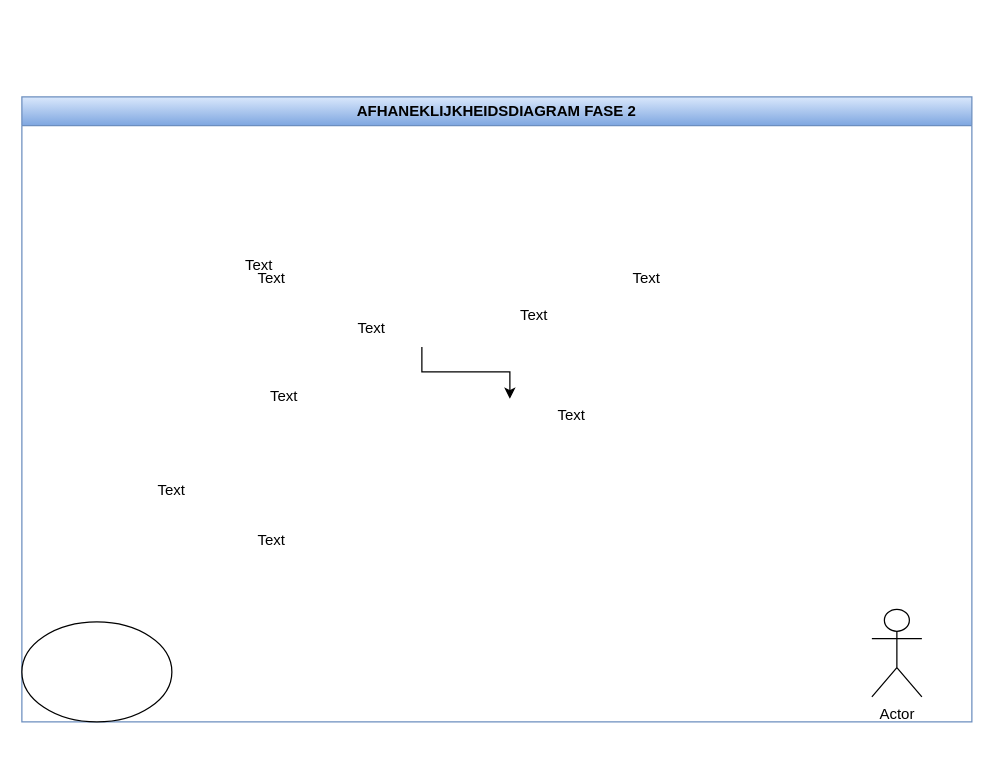
Above: page "Pagina-1" (1 of 2) of Diagram zonder titel.drawio in RuneSerruys/RuneSerruys (draw.io), before the change. Source tidied: cells renumbered, new cells numbered last; positions are measured from the earlier drawing's top-left corner, leaving out a move shared by most shapes. Both pictures are drawn from the tidied source at 125%, with x=0, y=0 at pixel (21, 96).
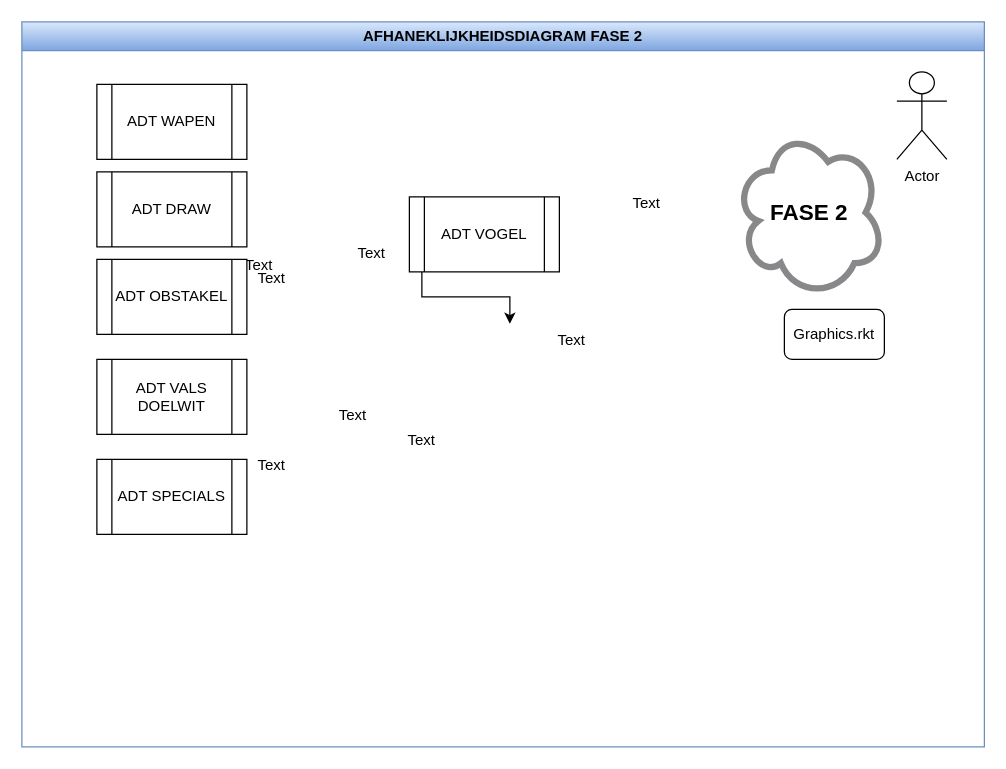
The same diagram, later.

What changed in the source:
```diff
@@
     <mxCell id="2" value="AFHANEKLIJKHEIDSDIAGRAM FASE 2" style="swimlane;whiteSpace=wrap;html=1;fillColor=#dae8fc;strokeColor=#6c8ebf;gradientColor=#7ea6e0;" parent="1" vertex="1">
-      <mxGeometry width="760" height="500" as="geometry" />
+      <mxGeometry y="-60" width="770" height="580" as="geometry" />
     </mxCell>
@@
     <mxCell id="7" value="Text" style="text;html=1;strokeColor=none;fillColor=none;align=center;verticalAlign=middle;whiteSpace=wrap;rounded=0;" parent="2" vertex="1">
-      <mxGeometry x="40" y="300" width="160" height="30" as="geometry" />
+      <mxGeometry x="240" y="320" width="160" height="30" as="geometry" />
     </mxCell>
@@
     <mxCell id="10" value="Actor" style="shape=umlActor;verticalLabelPosition=bottom;verticalAlign=top;html=1;" parent="2" vertex="1">
-      <mxGeometry x="680" y="410" width="40" height="70" as="geometry" />
+      <mxGeometry x="700" y="40" width="40" height="70" as="geometry" />
     </mxCell>
-    <mxCell id="11" style="ellipse;whiteSpace=wrap;html=1;fontSize=16;" parent="2" vertex="1">
-      <mxGeometry y="420" width="120" height="80" as="geometry" />
-    </mxCell>
+    <mxCell id="15" value="ADT WAPEN" style="shape=process;whiteSpace=wrap;html=1;backgroundOutline=1;" parent="2" vertex="1">
+      <mxGeometry x="60" y="50" width="120" height="60" as="geometry" />
+    </mxCell>
+    <mxCell id="16" value="ADT DRAW" style="shape=process;whiteSpace=wrap;html=1;backgroundOutline=1;" parent="2" vertex="1">
+      <mxGeometry x="60" y="120" width="120" height="60" as="geometry" />
+    </mxCell>
+    <mxCell id="17" value="Graphics.rkt" style="rounded=1;whiteSpace=wrap;html=1;" parent="2" vertex="1">
+      <mxGeometry x="610" y="230" width="80" height="40" as="geometry" />
+    </mxCell>
+    <mxCell id="14" value="Text" style="text;html=1;strokeColor=none;fillColor=none;align=center;verticalAlign=middle;whiteSpace=wrap;rounded=0;" parent="2" vertex="1">
+      <mxGeometry x="230" y="290" width="70" height="50" as="geometry" />
+    </mxCell>
+    <mxCell id="18" value="ADT VALS DOELWIT" style="shape=process;whiteSpace=wrap;html=1;backgroundOutline=1;" parent="2" vertex="1">
+      <mxGeometry x="60" y="270" width="120" height="60" as="geometry" />
+    </mxCell>
+    <mxCell id="19" value="ADT SPECIALS" style="shape=process;whiteSpace=wrap;html=1;backgroundOutline=1;" parent="2" vertex="1">
+      <mxGeometry x="60" y="350" width="120" height="60" as="geometry" />
+    </mxCell>
+    <mxCell id="20" value="&lt;h2&gt;FASE 2&lt;/h2&gt;" style="ellipse;shape=cloud;whiteSpace=wrap;html=1;opacity=50;strokeWidth=5;strokeColor=#131316;gradientColor=none;fillColor=none;" parent="2" vertex="1">
+      <mxGeometry x="570" y="85" width="120" height="135" as="geometry" />
+    </mxCell>
@@
-    <mxCell id="14" value="Text" style="text;html=1;strokeColor=none;fillColor=none;align=center;verticalAlign=middle;whiteSpace=wrap;rounded=0;" parent="1" vertex="1">
-      <mxGeometry x="130" y="200" width="160" height="80" as="geometry" />
-    </mxCell>
+    <mxCell id="21" value="ADT VOGEL" style="shape=process;whiteSpace=wrap;html=1;backgroundOutline=1;" parent="1" vertex="1">
+      <mxGeometry x="310" y="80" width="120" height="60" as="geometry" />
+    </mxCell>
+    <mxCell id="22" value="ADT OBSTAKEL" style="shape=process;whiteSpace=wrap;html=1;backgroundOutline=1;" parent="1" vertex="1">
+      <mxGeometry x="60" y="130" width="120" height="60" as="geometry" />
+    </mxCell>
```
